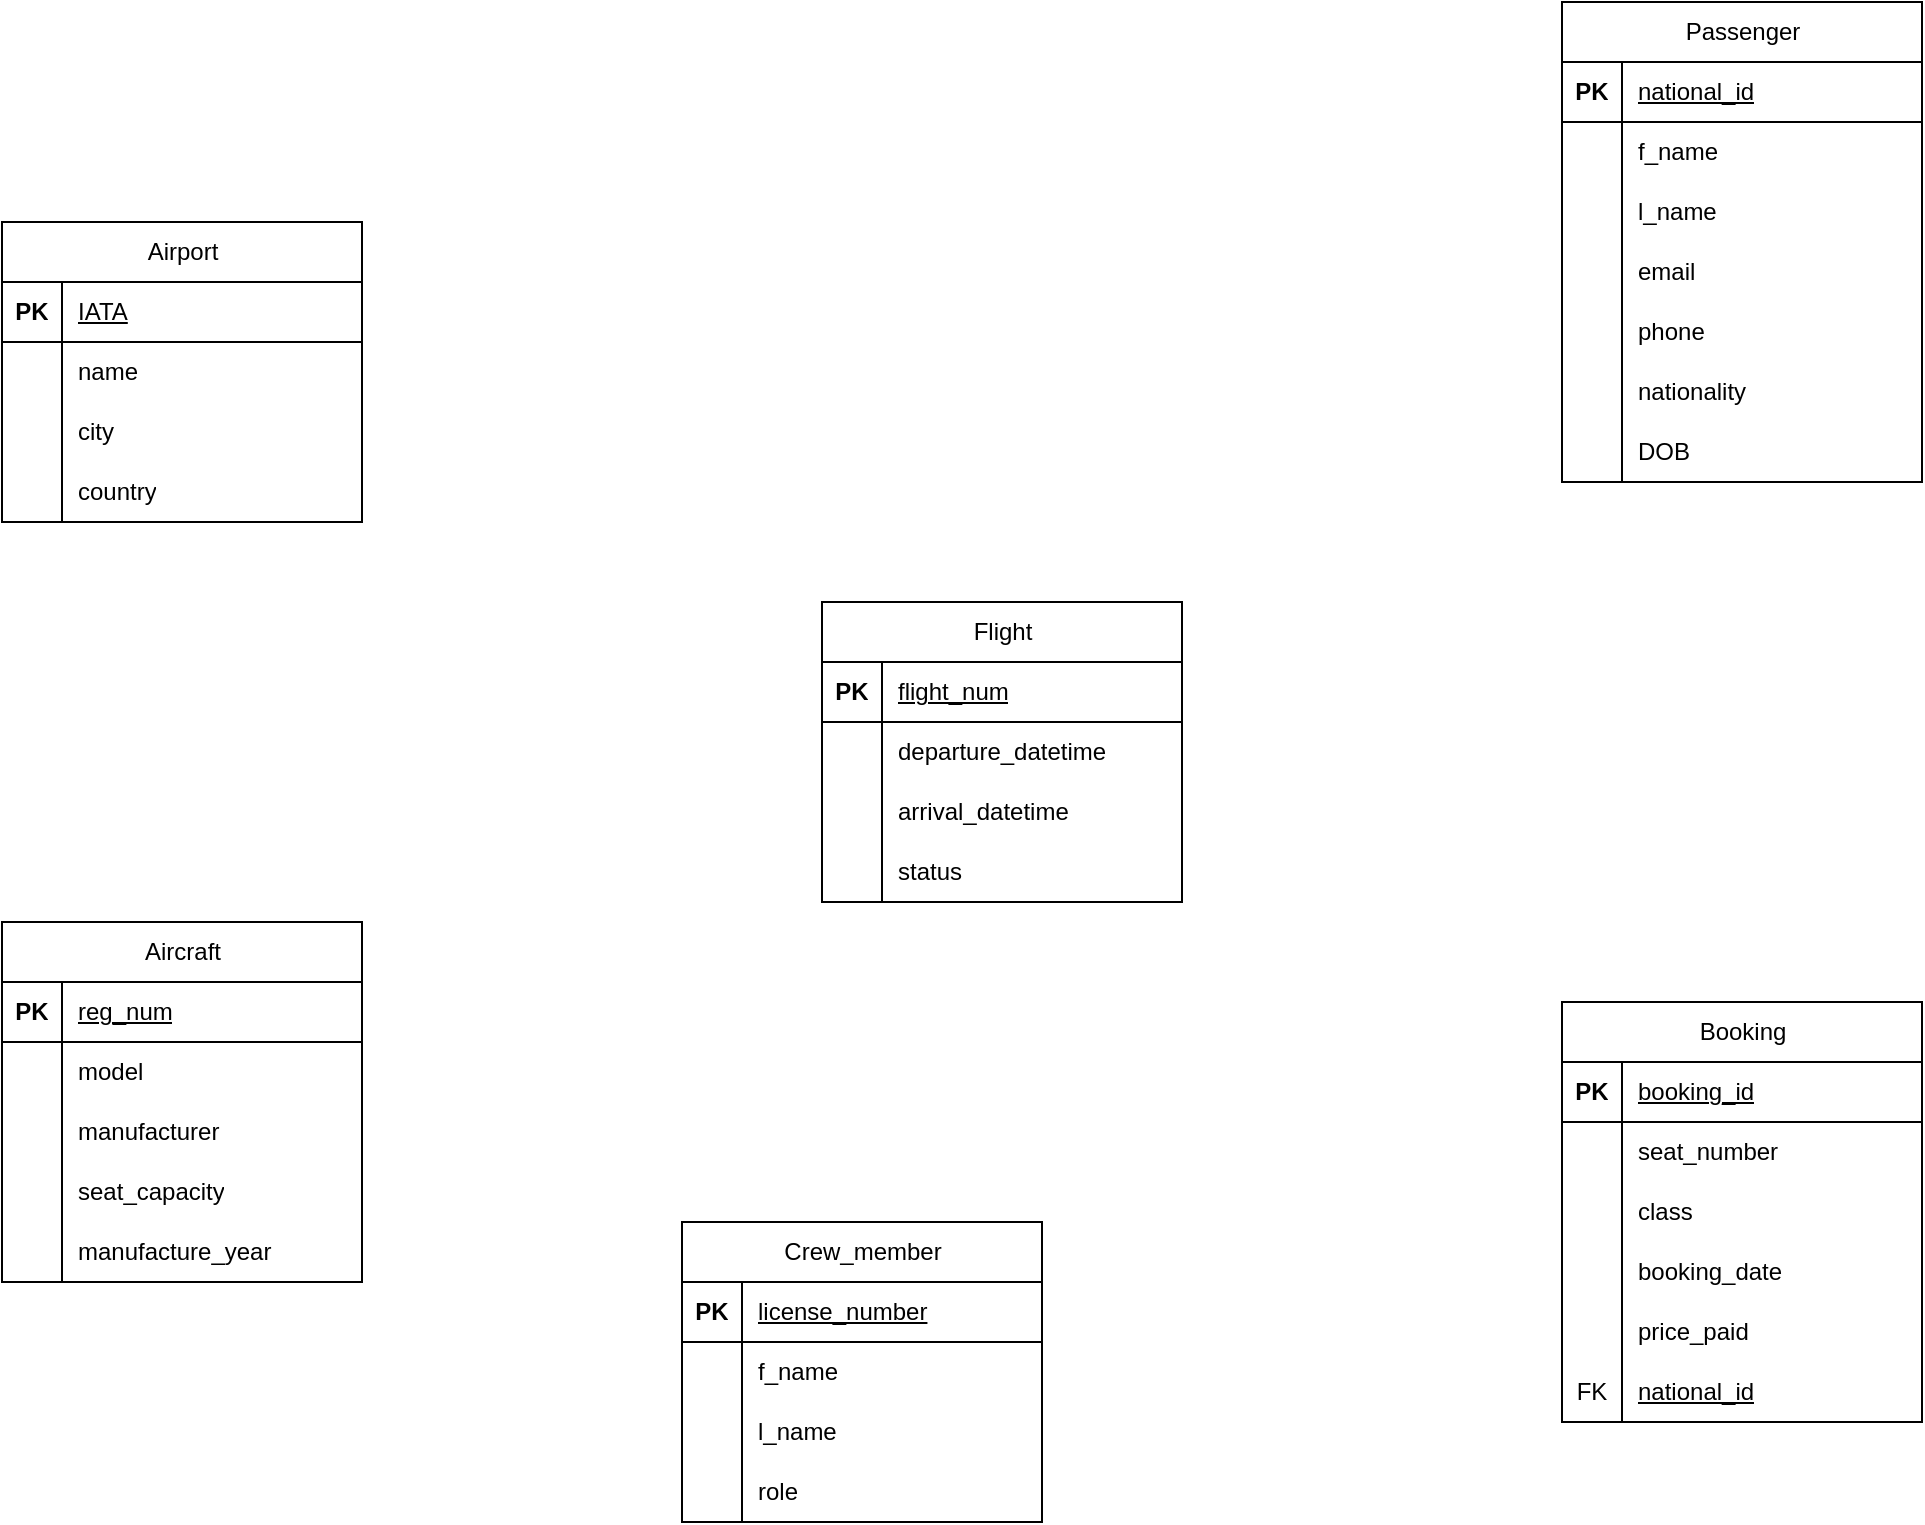
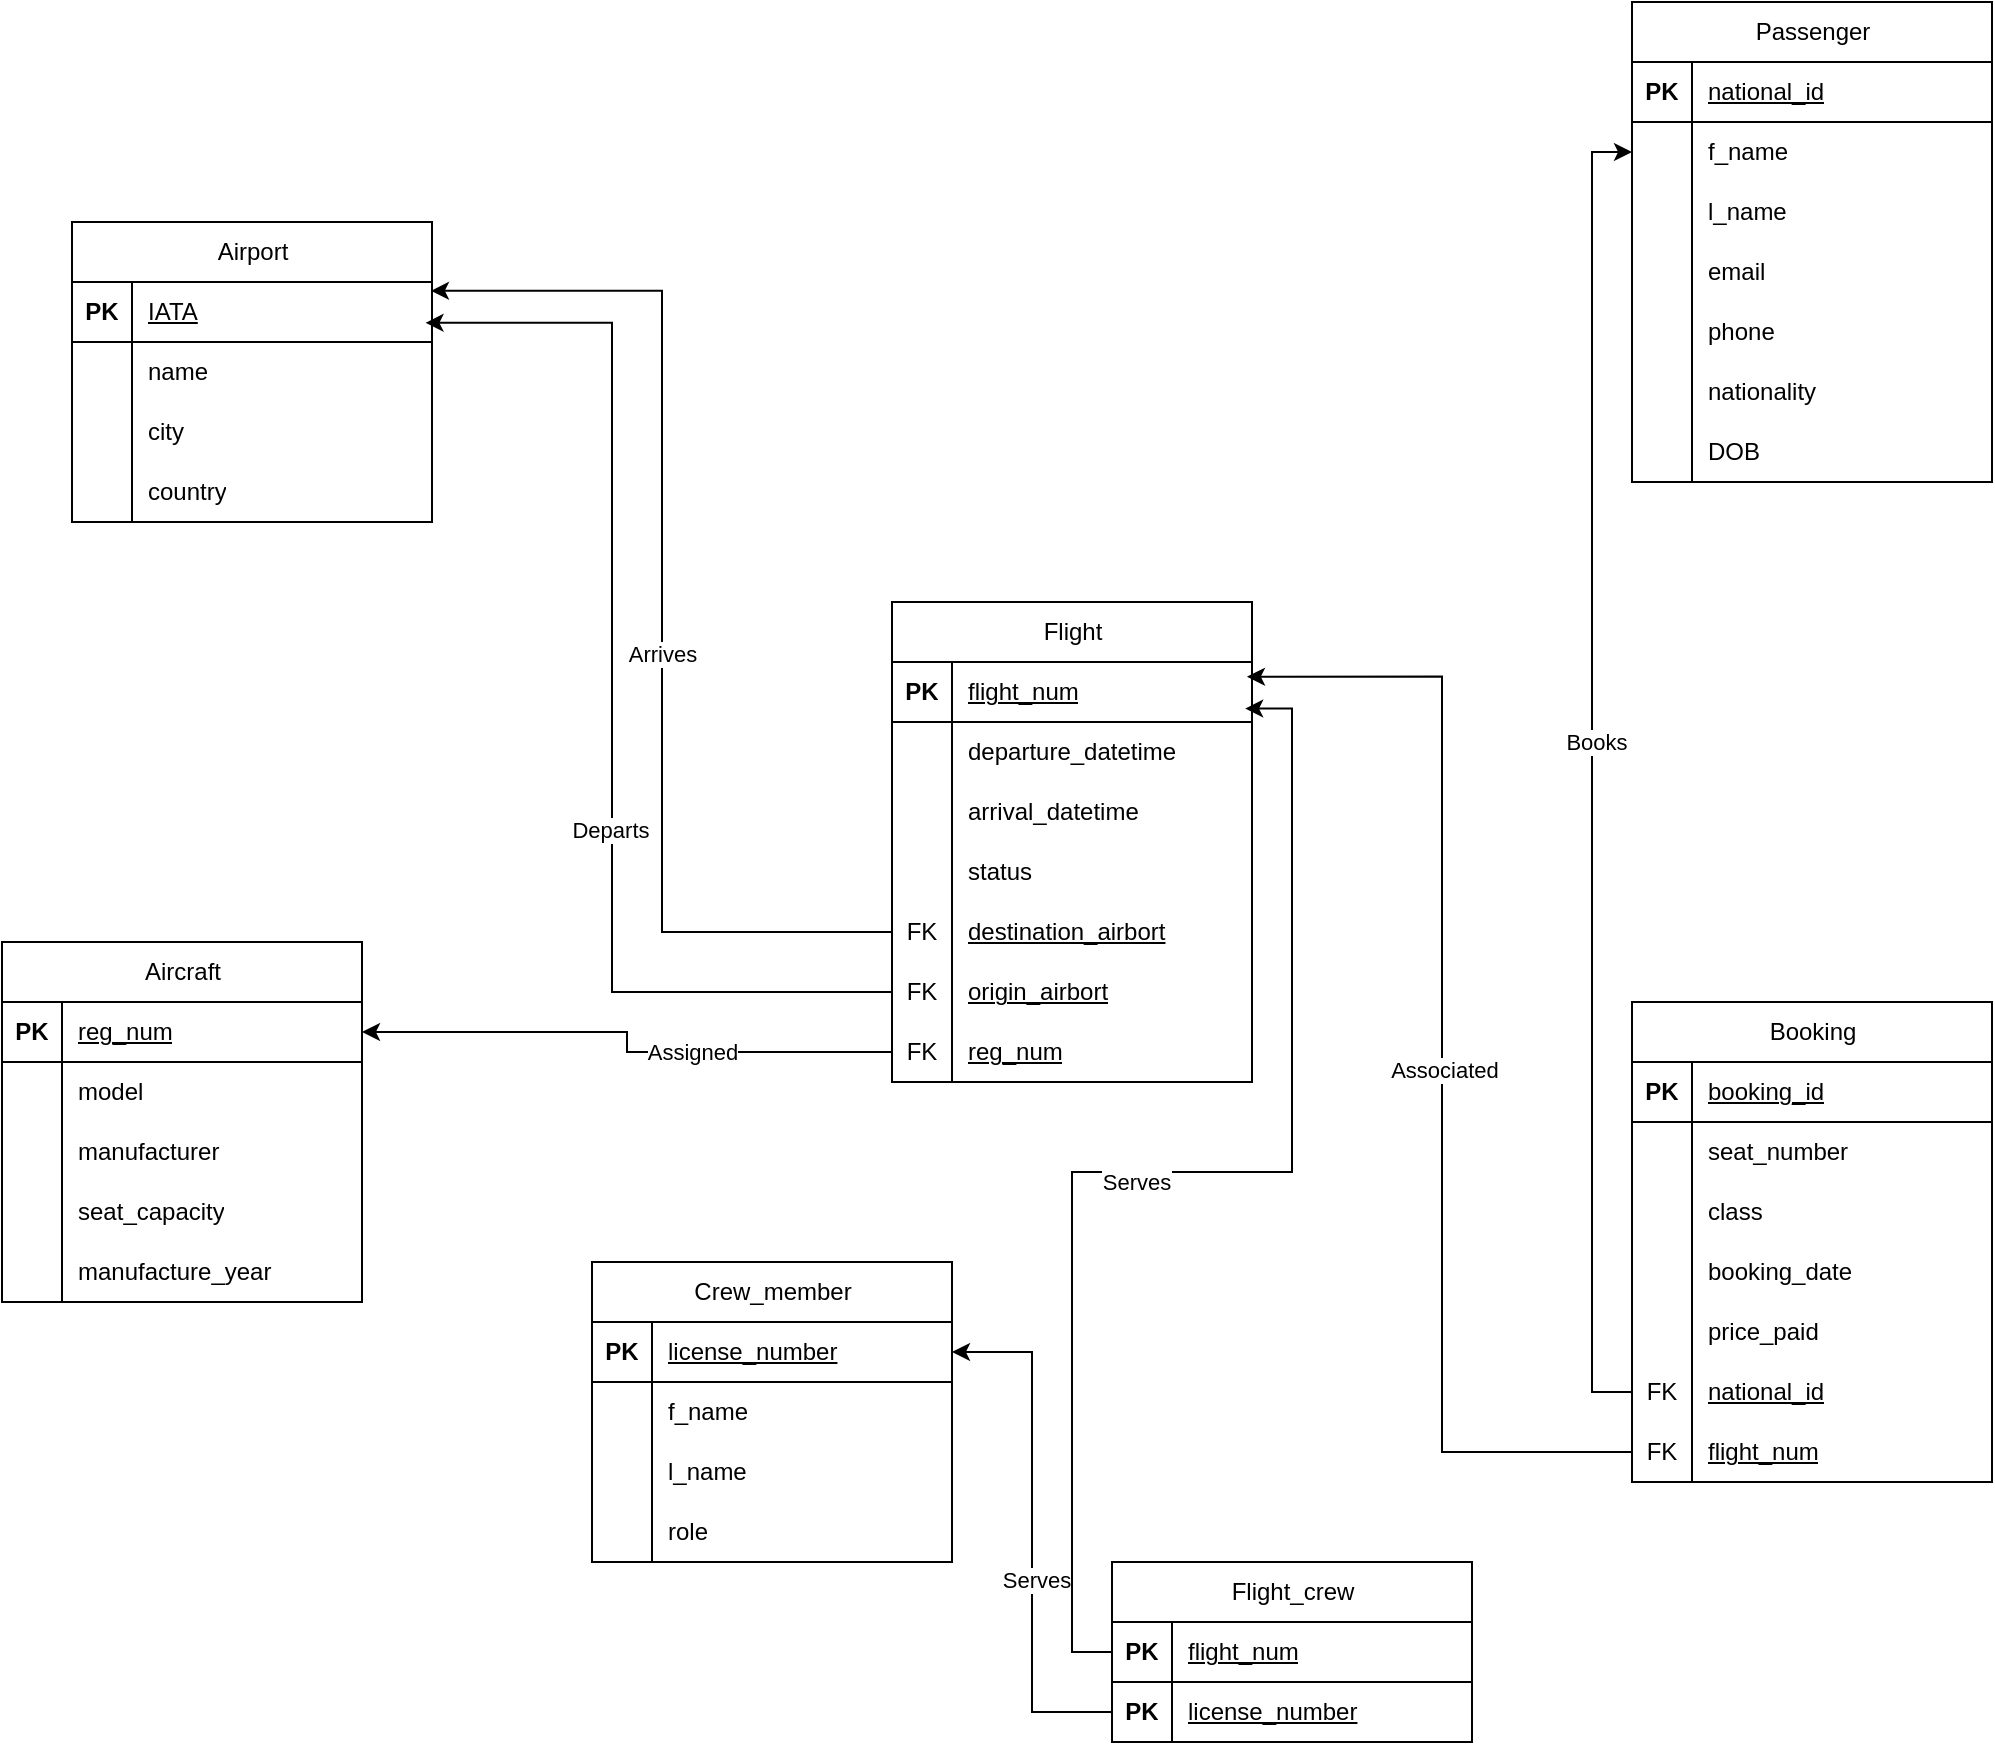
<mxfile host="app.diagrams.net">
  <diagram name="Page-1" id="GWXEs2M4FvcM5LZ52ZWN">
-     <mxGraphModel dx="2519" dy="2537" grid="1" gridSize="10" guides="1" tooltips="1" connect="1" arrows="1" fold="1" page="1" pageScale="1" pageWidth="850" pageHeight="1100" math="0" shadow="0">
+     <mxGraphModel dx="460" dy="987" grid="1" gridSize="10" guides="1" tooltips="1" connect="1" arrows="1" fold="1" page="1" pageScale="1" pageWidth="850" pageHeight="1100" math="0" shadow="0">
      <root>
        <mxCell id="0" />
        <mxCell id="1" parent="0" />
        <mxCell id="M1x_o6D55GyYNPu8m__k-242" parent="1" style="shape=table;startSize=30;container=1;collapsible=1;childLayout=tableLayout;fixedRows=1;rowLines=0;fontStyle=1;align=center;resizeLast=1;html=1;" value="&lt;span style=&quot;font-weight: 400; white-space: normal;&quot;&gt;Booking&lt;/span&gt;" vertex="1">
-           <mxGeometry height="210" width="180" x="2000" y="580" as="geometry" />
+           <mxGeometry height="240" width="180" x="2000" y="580" as="geometry" />
        </mxCell>
        <mxCell id="M1x_o6D55GyYNPu8m__k-243" parent="M1x_o6D55GyYNPu8m__k-242" style="shape=tableRow;horizontal=0;startSize=0;swimlaneHead=0;swimlaneBody=0;fillColor=none;collapsible=0;dropTarget=0;points=[[0,0.5],[1,0.5]];portConstraint=eastwest;top=0;left=0;right=0;bottom=1;" value="" vertex="1">
          <mxGeometry height="30" width="180" y="30" as="geometry" />
        </mxCell>
        <mxCell id="M1x_o6D55GyYNPu8m__k-244" parent="M1x_o6D55GyYNPu8m__k-243" style="shape=partialRectangle;connectable=0;fillColor=none;top=0;left=0;bottom=0;right=0;fontStyle=1;overflow=hidden;whiteSpace=wrap;html=1;" value="PK" vertex="1">
          <mxGeometry height="30" width="30" as="geometry">
            <mxRectangle height="30" width="30" as="alternateBounds" />
          </mxGeometry>
        </mxCell>
        <mxCell id="M1x_o6D55GyYNPu8m__k-245" parent="M1x_o6D55GyYNPu8m__k-243" style="shape=partialRectangle;connectable=0;fillColor=none;top=0;left=0;bottom=0;right=0;align=left;spacingLeft=6;fontStyle=5;overflow=hidden;whiteSpace=wrap;html=1;" value="&lt;span style=&quot;font-weight: 400; text-align: center;&quot;&gt;booking_id&lt;/span&gt;" vertex="1">
          <mxGeometry height="30" width="150" x="30" as="geometry">
            <mxRectangle height="30" width="150" as="alternateBounds" />
          </mxGeometry>
        </mxCell>
        <mxCell id="M1x_o6D55GyYNPu8m__k-246" parent="M1x_o6D55GyYNPu8m__k-242" style="shape=tableRow;horizontal=0;startSize=0;swimlaneHead=0;swimlaneBody=0;fillColor=none;collapsible=0;dropTarget=0;points=[[0,0.5],[1,0.5]];portConstraint=eastwest;top=0;left=0;right=0;bottom=0;" value="" vertex="1">
          <mxGeometry height="30" width="180" y="60" as="geometry" />
        </mxCell>
        <mxCell id="M1x_o6D55GyYNPu8m__k-247" parent="M1x_o6D55GyYNPu8m__k-246" style="shape=partialRectangle;connectable=0;fillColor=none;top=0;left=0;bottom=0;right=0;editable=1;overflow=hidden;whiteSpace=wrap;html=1;" value="" vertex="1">
          <mxGeometry height="30" width="30" as="geometry">
            <mxRectangle height="30" width="30" as="alternateBounds" />
          </mxGeometry>
        </mxCell>
        <mxCell id="M1x_o6D55GyYNPu8m__k-248" parent="M1x_o6D55GyYNPu8m__k-246" style="shape=partialRectangle;connectable=0;fillColor=none;top=0;left=0;bottom=0;right=0;align=left;spacingLeft=6;overflow=hidden;whiteSpace=wrap;html=1;" value="&lt;span style=&quot;text-align: center;&quot;&gt;seat_number&lt;/span&gt;" vertex="1">
          <mxGeometry height="30" width="150" x="30" as="geometry">
            <mxRectangle height="30" width="150" as="alternateBounds" />
          </mxGeometry>
        </mxCell>
        <mxCell id="M1x_o6D55GyYNPu8m__k-249" parent="M1x_o6D55GyYNPu8m__k-242" style="shape=tableRow;horizontal=0;startSize=0;swimlaneHead=0;swimlaneBody=0;fillColor=none;collapsible=0;dropTarget=0;points=[[0,0.5],[1,0.5]];portConstraint=eastwest;top=0;left=0;right=0;bottom=0;" value="" vertex="1">
          <mxGeometry height="30" width="180" y="90" as="geometry" />
        </mxCell>
        <mxCell id="M1x_o6D55GyYNPu8m__k-250" parent="M1x_o6D55GyYNPu8m__k-249" style="shape=partialRectangle;connectable=0;fillColor=none;top=0;left=0;bottom=0;right=0;editable=1;overflow=hidden;whiteSpace=wrap;html=1;" value="" vertex="1">
          <mxGeometry height="30" width="30" as="geometry">
            <mxRectangle height="30" width="30" as="alternateBounds" />
          </mxGeometry>
        </mxCell>
        <mxCell id="M1x_o6D55GyYNPu8m__k-251" parent="M1x_o6D55GyYNPu8m__k-249" style="shape=partialRectangle;connectable=0;fillColor=none;top=0;left=0;bottom=0;right=0;align=left;spacingLeft=6;overflow=hidden;whiteSpace=wrap;html=1;" value="&lt;span style=&quot;text-align: center;&quot;&gt;class&lt;/span&gt;" vertex="1">
          <mxGeometry height="30" width="150" x="30" as="geometry">
            <mxRectangle height="30" width="150" as="alternateBounds" />
          </mxGeometry>
        </mxCell>
        <mxCell id="M1x_o6D55GyYNPu8m__k-255" parent="M1x_o6D55GyYNPu8m__k-242" style="shape=tableRow;horizontal=0;startSize=0;swimlaneHead=0;swimlaneBody=0;fillColor=none;collapsible=0;dropTarget=0;points=[[0,0.5],[1,0.5]];portConstraint=eastwest;top=0;left=0;right=0;bottom=0;" vertex="1">
          <mxGeometry height="30" width="180" y="120" as="geometry" />
        </mxCell>
        <mxCell id="M1x_o6D55GyYNPu8m__k-256" parent="M1x_o6D55GyYNPu8m__k-255" style="shape=partialRectangle;connectable=0;fillColor=none;top=0;left=0;bottom=0;right=0;editable=1;overflow=hidden;whiteSpace=wrap;html=1;" vertex="1">
          <mxGeometry height="30" width="30" as="geometry">
            <mxRectangle height="30" width="30" as="alternateBounds" />
          </mxGeometry>
        </mxCell>
        <mxCell id="M1x_o6D55GyYNPu8m__k-257" parent="M1x_o6D55GyYNPu8m__k-255" style="shape=partialRectangle;connectable=0;fillColor=none;top=0;left=0;bottom=0;right=0;align=left;spacingLeft=6;overflow=hidden;whiteSpace=wrap;html=1;" value="&lt;span style=&quot;text-align: center;&quot;&gt;booking_date&lt;/span&gt;" vertex="1">
          <mxGeometry height="30" width="150" x="30" as="geometry">
            <mxRectangle height="30" width="150" as="alternateBounds" />
          </mxGeometry>
        </mxCell>
        <mxCell id="M1x_o6D55GyYNPu8m__k-252" parent="M1x_o6D55GyYNPu8m__k-242" style="shape=tableRow;horizontal=0;startSize=0;swimlaneHead=0;swimlaneBody=0;fillColor=none;collapsible=0;dropTarget=0;points=[[0,0.5],[1,0.5]];portConstraint=eastwest;top=0;left=0;right=0;bottom=0;" value="" vertex="1">
          <mxGeometry height="30" width="180" y="150" as="geometry" />
        </mxCell>
        <mxCell id="M1x_o6D55GyYNPu8m__k-253" parent="M1x_o6D55GyYNPu8m__k-252" style="shape=partialRectangle;connectable=0;fillColor=none;top=0;left=0;bottom=0;right=0;editable=1;overflow=hidden;whiteSpace=wrap;html=1;" value="" vertex="1">
          <mxGeometry height="30" width="30" as="geometry">
            <mxRectangle height="30" width="30" as="alternateBounds" />
          </mxGeometry>
        </mxCell>
        <mxCell id="M1x_o6D55GyYNPu8m__k-254" parent="M1x_o6D55GyYNPu8m__k-252" style="shape=partialRectangle;connectable=0;fillColor=none;top=0;left=0;bottom=0;right=0;align=left;spacingLeft=6;overflow=hidden;whiteSpace=wrap;html=1;" value="&lt;span style=&quot;text-align: center;&quot;&gt;price_paid&lt;/span&gt;" vertex="1">
          <mxGeometry height="30" width="150" x="30" as="geometry">
            <mxRectangle height="30" width="150" as="alternateBounds" />
          </mxGeometry>
        </mxCell>
        <mxCell id="M1x_o6D55GyYNPu8m__k-344" parent="M1x_o6D55GyYNPu8m__k-242" style="shape=tableRow;horizontal=0;startSize=0;swimlaneHead=0;swimlaneBody=0;fillColor=none;collapsible=0;dropTarget=0;points=[[0,0.5],[1,0.5]];portConstraint=eastwest;top=0;left=0;right=0;bottom=0;" vertex="1">
          <mxGeometry height="30" width="180" y="180" as="geometry" />
        </mxCell>
        <mxCell id="M1x_o6D55GyYNPu8m__k-345" parent="M1x_o6D55GyYNPu8m__k-344" style="shape=partialRectangle;connectable=0;fillColor=none;top=0;left=0;bottom=0;right=0;editable=1;overflow=hidden;whiteSpace=wrap;html=1;" value="FK" vertex="1">
          <mxGeometry height="30" width="30" as="geometry">
            <mxRectangle height="30" width="30" as="alternateBounds" />
          </mxGeometry>
        </mxCell>
        <mxCell id="M1x_o6D55GyYNPu8m__k-346" parent="M1x_o6D55GyYNPu8m__k-344" style="shape=partialRectangle;connectable=0;fillColor=none;top=0;left=0;bottom=0;right=0;align=left;spacingLeft=6;overflow=hidden;whiteSpace=wrap;html=1;" value="&lt;span style=&quot;text-align: center; text-decoration: underline;&quot;&gt;national_id&lt;/span&gt;" vertex="1">
          <mxGeometry height="30" width="150" x="30" as="geometry">
            <mxRectangle height="30" width="150" as="alternateBounds" />
          </mxGeometry>
        </mxCell>
+         <mxCell id="M1x_o6D55GyYNPu8m__k-349" parent="M1x_o6D55GyYNPu8m__k-242" style="shape=tableRow;horizontal=0;startSize=0;swimlaneHead=0;swimlaneBody=0;fillColor=none;collapsible=0;dropTarget=0;points=[[0,0.5],[1,0.5]];portConstraint=eastwest;top=0;left=0;right=0;bottom=0;" vertex="1">
+           <mxGeometry height="30" width="180" y="210" as="geometry" />
+         </mxCell>
+         <mxCell id="M1x_o6D55GyYNPu8m__k-350" parent="M1x_o6D55GyYNPu8m__k-349" style="shape=partialRectangle;connectable=0;fillColor=none;top=0;left=0;bottom=0;right=0;editable=1;overflow=hidden;whiteSpace=wrap;html=1;" value="FK" vertex="1">
+           <mxGeometry height="30" width="30" as="geometry">
+             <mxRectangle height="30" width="30" as="alternateBounds" />
+           </mxGeometry>
+         </mxCell>
+         <mxCell id="M1x_o6D55GyYNPu8m__k-351" parent="M1x_o6D55GyYNPu8m__k-349" style="shape=partialRectangle;connectable=0;fillColor=none;top=0;left=0;bottom=0;right=0;align=left;spacingLeft=6;overflow=hidden;whiteSpace=wrap;html=1;" value="&lt;span style=&quot;text-align: center; text-decoration: underline;&quot;&gt;flight_num&lt;/span&gt;" vertex="1">
+           <mxGeometry height="30" width="150" x="30" as="geometry">
+             <mxRectangle height="30" width="150" as="alternateBounds" />
+           </mxGeometry>
+         </mxCell>
        <mxCell id="M1x_o6D55GyYNPu8m__k-280" parent="1" style="shape=table;startSize=30;container=1;collapsible=1;childLayout=tableLayout;fixedRows=1;rowLines=0;fontStyle=1;align=center;resizeLast=1;html=1;" value="&lt;span style=&quot;font-weight: 400; white-space: normal;&quot;&gt;Flight&lt;/span&gt;" vertex="1">
-           <mxGeometry height="150" width="180" x="1630" y="380" as="geometry" />
+           <mxGeometry height="240" width="180" x="1630" y="380" as="geometry" />
        </mxCell>
        <mxCell id="M1x_o6D55GyYNPu8m__k-281" parent="M1x_o6D55GyYNPu8m__k-280" style="shape=tableRow;horizontal=0;startSize=0;swimlaneHead=0;swimlaneBody=0;fillColor=none;collapsible=0;dropTarget=0;points=[[0,0.5],[1,0.5]];portConstraint=eastwest;top=0;left=0;right=0;bottom=1;" value="" vertex="1">
          <mxGeometry height="30" width="180" y="30" as="geometry" />
        </mxCell>
        <mxCell id="M1x_o6D55GyYNPu8m__k-282" parent="M1x_o6D55GyYNPu8m__k-281" style="shape=partialRectangle;connectable=0;fillColor=none;top=0;left=0;bottom=0;right=0;fontStyle=1;overflow=hidden;whiteSpace=wrap;html=1;" value="PK" vertex="1">
          <mxGeometry height="30" width="30" as="geometry">
            <mxRectangle height="30" width="30" as="alternateBounds" />
          </mxGeometry>
        </mxCell>
        <mxCell id="M1x_o6D55GyYNPu8m__k-283" parent="M1x_o6D55GyYNPu8m__k-281" style="shape=partialRectangle;connectable=0;fillColor=none;top=0;left=0;bottom=0;right=0;align=left;spacingLeft=6;fontStyle=5;overflow=hidden;whiteSpace=wrap;html=1;" value="&lt;span style=&quot;font-weight: 400; text-align: center;&quot;&gt;flight_num&lt;/span&gt;" vertex="1">
          <mxGeometry height="30" width="150" x="30" as="geometry">
            <mxRectangle height="30" width="150" as="alternateBounds" />
          </mxGeometry>
        </mxCell>
        <mxCell id="M1x_o6D55GyYNPu8m__k-284" parent="M1x_o6D55GyYNPu8m__k-280" style="shape=tableRow;horizontal=0;startSize=0;swimlaneHead=0;swimlaneBody=0;fillColor=none;collapsible=0;dropTarget=0;points=[[0,0.5],[1,0.5]];portConstraint=eastwest;top=0;left=0;right=0;bottom=0;" value="" vertex="1">
          <mxGeometry height="30" width="180" y="60" as="geometry" />
        </mxCell>
        <mxCell id="M1x_o6D55GyYNPu8m__k-285" parent="M1x_o6D55GyYNPu8m__k-284" style="shape=partialRectangle;connectable=0;fillColor=none;top=0;left=0;bottom=0;right=0;editable=1;overflow=hidden;whiteSpace=wrap;html=1;" value="" vertex="1">
          <mxGeometry height="30" width="30" as="geometry">
            <mxRectangle height="30" width="30" as="alternateBounds" />
          </mxGeometry>
        </mxCell>
        <mxCell id="M1x_o6D55GyYNPu8m__k-286" parent="M1x_o6D55GyYNPu8m__k-284" style="shape=partialRectangle;connectable=0;fillColor=none;top=0;left=0;bottom=0;right=0;align=left;spacingLeft=6;overflow=hidden;whiteSpace=wrap;html=1;" value="&lt;span style=&quot;text-align: center;&quot;&gt;departure_datetime&lt;/span&gt;" vertex="1">
          <mxGeometry height="30" width="150" x="30" as="geometry">
            <mxRectangle height="30" width="150" as="alternateBounds" />
          </mxGeometry>
        </mxCell>
        <mxCell id="M1x_o6D55GyYNPu8m__k-287" parent="M1x_o6D55GyYNPu8m__k-280" style="shape=tableRow;horizontal=0;startSize=0;swimlaneHead=0;swimlaneBody=0;fillColor=none;collapsible=0;dropTarget=0;points=[[0,0.5],[1,0.5]];portConstraint=eastwest;top=0;left=0;right=0;bottom=0;" value="" vertex="1">
          <mxGeometry height="30" width="180" y="90" as="geometry" />
        </mxCell>
        <mxCell id="M1x_o6D55GyYNPu8m__k-288" parent="M1x_o6D55GyYNPu8m__k-287" style="shape=partialRectangle;connectable=0;fillColor=none;top=0;left=0;bottom=0;right=0;editable=1;overflow=hidden;whiteSpace=wrap;html=1;" value="" vertex="1">
          <mxGeometry height="30" width="30" as="geometry">
            <mxRectangle height="30" width="30" as="alternateBounds" />
          </mxGeometry>
        </mxCell>
        <mxCell id="M1x_o6D55GyYNPu8m__k-289" parent="M1x_o6D55GyYNPu8m__k-287" style="shape=partialRectangle;connectable=0;fillColor=none;top=0;left=0;bottom=0;right=0;align=left;spacingLeft=6;overflow=hidden;whiteSpace=wrap;html=1;" value="&lt;span style=&quot;text-align: center;&quot;&gt;arrival_datetime&lt;/span&gt;" vertex="1">
          <mxGeometry height="30" width="150" x="30" as="geometry">
            <mxRectangle height="30" width="150" as="alternateBounds" />
          </mxGeometry>
        </mxCell>
        <mxCell id="M1x_o6D55GyYNPu8m__k-290" parent="M1x_o6D55GyYNPu8m__k-280" style="shape=tableRow;horizontal=0;startSize=0;swimlaneHead=0;swimlaneBody=0;fillColor=none;collapsible=0;dropTarget=0;points=[[0,0.5],[1,0.5]];portConstraint=eastwest;top=0;left=0;right=0;bottom=0;" vertex="1">
          <mxGeometry height="30" width="180" y="120" as="geometry" />
        </mxCell>
        <mxCell id="M1x_o6D55GyYNPu8m__k-291" parent="M1x_o6D55GyYNPu8m__k-290" style="shape=partialRectangle;connectable=0;fillColor=none;top=0;left=0;bottom=0;right=0;editable=1;overflow=hidden;whiteSpace=wrap;html=1;" vertex="1">
          <mxGeometry height="30" width="30" as="geometry">
            <mxRectangle height="30" width="30" as="alternateBounds" />
          </mxGeometry>
        </mxCell>
        <mxCell id="M1x_o6D55GyYNPu8m__k-292" parent="M1x_o6D55GyYNPu8m__k-290" style="shape=partialRectangle;connectable=0;fillColor=none;top=0;left=0;bottom=0;right=0;align=left;spacingLeft=6;overflow=hidden;whiteSpace=wrap;html=1;" value="&lt;span style=&quot;text-align: center;&quot;&gt;status&lt;/span&gt;" vertex="1">
          <mxGeometry height="30" width="150" x="30" as="geometry">
            <mxRectangle height="30" width="150" as="alternateBounds" />
          </mxGeometry>
        </mxCell>
+         <mxCell id="M1x_o6D55GyYNPu8m__k-374" parent="M1x_o6D55GyYNPu8m__k-280" style="shape=tableRow;horizontal=0;startSize=0;swimlaneHead=0;swimlaneBody=0;fillColor=none;collapsible=0;dropTarget=0;points=[[0,0.5],[1,0.5]];portConstraint=eastwest;top=0;left=0;right=0;bottom=0;" vertex="1">
+           <mxGeometry height="30" width="180" y="150" as="geometry" />
+         </mxCell>
+         <mxCell id="M1x_o6D55GyYNPu8m__k-375" parent="M1x_o6D55GyYNPu8m__k-374" style="shape=partialRectangle;connectable=0;fillColor=none;top=0;left=0;bottom=0;right=0;editable=1;overflow=hidden;whiteSpace=wrap;html=1;" value="FK" vertex="1">
+           <mxGeometry height="30" width="30" as="geometry">
+             <mxRectangle height="30" width="30" as="alternateBounds" />
+           </mxGeometry>
+         </mxCell>
+         <mxCell id="M1x_o6D55GyYNPu8m__k-376" parent="M1x_o6D55GyYNPu8m__k-374" style="shape=partialRectangle;connectable=0;fillColor=none;top=0;left=0;bottom=0;right=0;align=left;spacingLeft=6;overflow=hidden;whiteSpace=wrap;html=1;" value="&lt;span style=&quot;text-align: center; text-decoration: underline;&quot;&gt;destination_airbort&lt;/span&gt;" vertex="1">
+           <mxGeometry height="30" width="150" x="30" as="geometry">
+             <mxRectangle height="30" width="150" as="alternateBounds" />
+           </mxGeometry>
+         </mxCell>
+         <mxCell id="M1x_o6D55GyYNPu8m__k-377" parent="M1x_o6D55GyYNPu8m__k-280" style="shape=tableRow;horizontal=0;startSize=0;swimlaneHead=0;swimlaneBody=0;fillColor=none;collapsible=0;dropTarget=0;points=[[0,0.5],[1,0.5]];portConstraint=eastwest;top=0;left=0;right=0;bottom=0;" vertex="1">
+           <mxGeometry height="30" width="180" y="180" as="geometry" />
+         </mxCell>
+         <mxCell id="M1x_o6D55GyYNPu8m__k-378" parent="M1x_o6D55GyYNPu8m__k-377" style="shape=partialRectangle;connectable=0;fillColor=none;top=0;left=0;bottom=0;right=0;editable=1;overflow=hidden;whiteSpace=wrap;html=1;" value="FK" vertex="1">
+           <mxGeometry height="30" width="30" as="geometry">
+             <mxRectangle height="30" width="30" as="alternateBounds" />
+           </mxGeometry>
+         </mxCell>
+         <mxCell id="M1x_o6D55GyYNPu8m__k-379" parent="M1x_o6D55GyYNPu8m__k-377" style="shape=partialRectangle;connectable=0;fillColor=none;top=0;left=0;bottom=0;right=0;align=left;spacingLeft=6;overflow=hidden;whiteSpace=wrap;html=1;" value="&lt;span style=&quot;text-align: center; text-decoration: underline;&quot;&gt;origin_airbort&lt;/span&gt;" vertex="1">
+           <mxGeometry height="30" width="150" x="30" as="geometry">
+             <mxRectangle height="30" width="150" as="alternateBounds" />
+           </mxGeometry>
+         </mxCell>
+         <mxCell id="M1x_o6D55GyYNPu8m__k-380" parent="M1x_o6D55GyYNPu8m__k-280" style="shape=tableRow;horizontal=0;startSize=0;swimlaneHead=0;swimlaneBody=0;fillColor=none;collapsible=0;dropTarget=0;points=[[0,0.5],[1,0.5]];portConstraint=eastwest;top=0;left=0;right=0;bottom=0;" vertex="1">
+           <mxGeometry height="30" width="180" y="210" as="geometry" />
+         </mxCell>
+         <mxCell id="M1x_o6D55GyYNPu8m__k-381" parent="M1x_o6D55GyYNPu8m__k-380" style="shape=partialRectangle;connectable=0;fillColor=none;top=0;left=0;bottom=0;right=0;editable=1;overflow=hidden;whiteSpace=wrap;html=1;" value="FK" vertex="1">
+           <mxGeometry height="30" width="30" as="geometry">
+             <mxRectangle height="30" width="30" as="alternateBounds" />
+           </mxGeometry>
+         </mxCell>
+         <mxCell id="M1x_o6D55GyYNPu8m__k-382" parent="M1x_o6D55GyYNPu8m__k-380" style="shape=partialRectangle;connectable=0;fillColor=none;top=0;left=0;bottom=0;right=0;align=left;spacingLeft=6;overflow=hidden;whiteSpace=wrap;html=1;" value="&lt;span style=&quot;text-align: center; text-decoration: underline;&quot;&gt;reg_num&lt;/span&gt;" vertex="1">
+           <mxGeometry height="30" width="150" x="30" as="geometry">
+             <mxRectangle height="30" width="150" as="alternateBounds" />
+           </mxGeometry>
+         </mxCell>
        <mxCell id="M1x_o6D55GyYNPu8m__k-302" parent="1" style="shape=table;startSize=30;container=1;collapsible=1;childLayout=tableLayout;fixedRows=1;rowLines=0;fontStyle=1;align=center;resizeLast=1;html=1;" value="&lt;span style=&quot;font-weight: 400; white-space: normal;&quot;&gt;Crew_m&lt;/span&gt;&lt;span style=&quot;color: light-dark(rgb(0, 0, 0), rgb(255, 255, 255)); font-weight: 400; white-space: normal; background-color: transparent;&quot;&gt;ember&lt;/span&gt;" vertex="1">
-           <mxGeometry height="150" width="180" x="1560" y="690" as="geometry" />
+           <mxGeometry height="150" width="180" x="1480" y="710" as="geometry" />
        </mxCell>
        <mxCell id="M1x_o6D55GyYNPu8m__k-303" parent="M1x_o6D55GyYNPu8m__k-302" style="shape=tableRow;horizontal=0;startSize=0;swimlaneHead=0;swimlaneBody=0;fillColor=none;collapsible=0;dropTarget=0;points=[[0,0.5],[1,0.5]];portConstraint=eastwest;top=0;left=0;right=0;bottom=1;" value="" vertex="1">
          <mxGeometry height="30" width="180" y="30" as="geometry" />
        </mxCell>
        <mxCell id="M1x_o6D55GyYNPu8m__k-304" parent="M1x_o6D55GyYNPu8m__k-303" style="shape=partialRectangle;connectable=0;fillColor=none;top=0;left=0;bottom=0;right=0;fontStyle=1;overflow=hidden;whiteSpace=wrap;html=1;" value="PK" vertex="1">
          <mxGeometry height="30" width="30" as="geometry">
            <mxRectangle height="30" width="30" as="alternateBounds" />
          </mxGeometry>
        </mxCell>
        <mxCell id="M1x_o6D55GyYNPu8m__k-305" parent="M1x_o6D55GyYNPu8m__k-303" style="shape=partialRectangle;connectable=0;fillColor=none;top=0;left=0;bottom=0;right=0;align=left;spacingLeft=6;fontStyle=5;overflow=hidden;whiteSpace=wrap;html=1;" value="&lt;span style=&quot;font-weight: 400; text-align: center;&quot;&gt;license_number&lt;/span&gt;" vertex="1">
          <mxGeometry height="30" width="150" x="30" as="geometry">
            <mxRectangle height="30" width="150" as="alternateBounds" />
          </mxGeometry>
        </mxCell>
        <mxCell id="M1x_o6D55GyYNPu8m__k-306" parent="M1x_o6D55GyYNPu8m__k-302" style="shape=tableRow;horizontal=0;startSize=0;swimlaneHead=0;swimlaneBody=0;fillColor=none;collapsible=0;dropTarget=0;points=[[0,0.5],[1,0.5]];portConstraint=eastwest;top=0;left=0;right=0;bottom=0;" value="" vertex="1">
          <mxGeometry height="30" width="180" y="60" as="geometry" />
        </mxCell>
        <mxCell id="M1x_o6D55GyYNPu8m__k-307" parent="M1x_o6D55GyYNPu8m__k-306" style="shape=partialRectangle;connectable=0;fillColor=none;top=0;left=0;bottom=0;right=0;editable=1;overflow=hidden;whiteSpace=wrap;html=1;" value="" vertex="1">
          <mxGeometry height="30" width="30" as="geometry">
            <mxRectangle height="30" width="30" as="alternateBounds" />
          </mxGeometry>
        </mxCell>
        <mxCell id="M1x_o6D55GyYNPu8m__k-308" parent="M1x_o6D55GyYNPu8m__k-306" style="shape=partialRectangle;connectable=0;fillColor=none;top=0;left=0;bottom=0;right=0;align=left;spacingLeft=6;overflow=hidden;whiteSpace=wrap;html=1;" value="&lt;span style=&quot;text-align: center;&quot;&gt;f_name&lt;/span&gt;" vertex="1">
          <mxGeometry height="30" width="150" x="30" as="geometry">
            <mxRectangle height="30" width="150" as="alternateBounds" />
          </mxGeometry>
        </mxCell>
        <mxCell id="M1x_o6D55GyYNPu8m__k-309" parent="M1x_o6D55GyYNPu8m__k-302" style="shape=tableRow;horizontal=0;startSize=0;swimlaneHead=0;swimlaneBody=0;fillColor=none;collapsible=0;dropTarget=0;points=[[0,0.5],[1,0.5]];portConstraint=eastwest;top=0;left=0;right=0;bottom=0;" value="" vertex="1">
          <mxGeometry height="30" width="180" y="90" as="geometry" />
        </mxCell>
        <mxCell id="M1x_o6D55GyYNPu8m__k-310" parent="M1x_o6D55GyYNPu8m__k-309" style="shape=partialRectangle;connectable=0;fillColor=none;top=0;left=0;bottom=0;right=0;editable=1;overflow=hidden;whiteSpace=wrap;html=1;" value="" vertex="1">
          <mxGeometry height="30" width="30" as="geometry">
            <mxRectangle height="30" width="30" as="alternateBounds" />
          </mxGeometry>
        </mxCell>
        <mxCell id="M1x_o6D55GyYNPu8m__k-311" parent="M1x_o6D55GyYNPu8m__k-309" style="shape=partialRectangle;connectable=0;fillColor=none;top=0;left=0;bottom=0;right=0;align=left;spacingLeft=6;overflow=hidden;whiteSpace=wrap;html=1;" value="&lt;span style=&quot;text-align: center;&quot;&gt;l_name&lt;/span&gt;" vertex="1">
          <mxGeometry height="30" width="150" x="30" as="geometry">
            <mxRectangle height="30" width="150" as="alternateBounds" />
          </mxGeometry>
        </mxCell>
        <mxCell id="M1x_o6D55GyYNPu8m__k-312" parent="M1x_o6D55GyYNPu8m__k-302" style="shape=tableRow;horizontal=0;startSize=0;swimlaneHead=0;swimlaneBody=0;fillColor=none;collapsible=0;dropTarget=0;points=[[0,0.5],[1,0.5]];portConstraint=eastwest;top=0;left=0;right=0;bottom=0;" vertex="1">
          <mxGeometry height="30" width="180" y="120" as="geometry" />
        </mxCell>
        <mxCell id="M1x_o6D55GyYNPu8m__k-313" parent="M1x_o6D55GyYNPu8m__k-312" style="shape=partialRectangle;connectable=0;fillColor=none;top=0;left=0;bottom=0;right=0;editable=1;overflow=hidden;whiteSpace=wrap;html=1;" vertex="1">
          <mxGeometry height="30" width="30" as="geometry">
            <mxRectangle height="30" width="30" as="alternateBounds" />
          </mxGeometry>
        </mxCell>
        <mxCell id="M1x_o6D55GyYNPu8m__k-314" parent="M1x_o6D55GyYNPu8m__k-312" style="shape=partialRectangle;connectable=0;fillColor=none;top=0;left=0;bottom=0;right=0;align=left;spacingLeft=6;overflow=hidden;whiteSpace=wrap;html=1;" value="&lt;span style=&quot;text-align: center;&quot;&gt;role&lt;/span&gt;" vertex="1">
          <mxGeometry height="30" width="150" x="30" as="geometry">
            <mxRectangle height="30" width="150" as="alternateBounds" />
          </mxGeometry>
        </mxCell>
        <mxCell id="M1x_o6D55GyYNPu8m__k-315" parent="1" style="shape=table;startSize=30;container=1;collapsible=1;childLayout=tableLayout;fixedRows=1;rowLines=0;fontStyle=1;align=center;resizeLast=1;html=1;" value="&lt;span style=&quot;font-weight: 400; white-space: normal;&quot;&gt;Airport&lt;/span&gt;" vertex="1">
          <mxGeometry height="150" width="180" x="1220" y="190" as="geometry" />
        </mxCell>
        <mxCell id="M1x_o6D55GyYNPu8m__k-316" parent="M1x_o6D55GyYNPu8m__k-315" style="shape=tableRow;horizontal=0;startSize=0;swimlaneHead=0;swimlaneBody=0;fillColor=none;collapsible=0;dropTarget=0;points=[[0,0.5],[1,0.5]];portConstraint=eastwest;top=0;left=0;right=0;bottom=1;" value="" vertex="1">
          <mxGeometry height="30" width="180" y="30" as="geometry" />
        </mxCell>
        <mxCell id="M1x_o6D55GyYNPu8m__k-317" parent="M1x_o6D55GyYNPu8m__k-316" style="shape=partialRectangle;connectable=0;fillColor=none;top=0;left=0;bottom=0;right=0;fontStyle=1;overflow=hidden;whiteSpace=wrap;html=1;" value="PK" vertex="1">
          <mxGeometry height="30" width="30" as="geometry">
            <mxRectangle height="30" width="30" as="alternateBounds" />
          </mxGeometry>
        </mxCell>
        <mxCell id="M1x_o6D55GyYNPu8m__k-318" parent="M1x_o6D55GyYNPu8m__k-316" style="shape=partialRectangle;connectable=0;fillColor=none;top=0;left=0;bottom=0;right=0;align=left;spacingLeft=6;fontStyle=5;overflow=hidden;whiteSpace=wrap;html=1;" value="&lt;span style=&quot;font-weight: 400; text-align: center;&quot;&gt;IATA&lt;/span&gt;" vertex="1">
          <mxGeometry height="30" width="150" x="30" as="geometry">
            <mxRectangle height="30" width="150" as="alternateBounds" />
          </mxGeometry>
        </mxCell>
        <mxCell id="M1x_o6D55GyYNPu8m__k-319" parent="M1x_o6D55GyYNPu8m__k-315" style="shape=tableRow;horizontal=0;startSize=0;swimlaneHead=0;swimlaneBody=0;fillColor=none;collapsible=0;dropTarget=0;points=[[0,0.5],[1,0.5]];portConstraint=eastwest;top=0;left=0;right=0;bottom=0;" value="" vertex="1">
          <mxGeometry height="30" width="180" y="60" as="geometry" />
        </mxCell>
        <mxCell id="M1x_o6D55GyYNPu8m__k-320" parent="M1x_o6D55GyYNPu8m__k-319" style="shape=partialRectangle;connectable=0;fillColor=none;top=0;left=0;bottom=0;right=0;editable=1;overflow=hidden;whiteSpace=wrap;html=1;" value="" vertex="1">
          <mxGeometry height="30" width="30" as="geometry">
            <mxRectangle height="30" width="30" as="alternateBounds" />
          </mxGeometry>
        </mxCell>
        <mxCell id="M1x_o6D55GyYNPu8m__k-321" parent="M1x_o6D55GyYNPu8m__k-319" style="shape=partialRectangle;connectable=0;fillColor=none;top=0;left=0;bottom=0;right=0;align=left;spacingLeft=6;overflow=hidden;whiteSpace=wrap;html=1;" value="&lt;span style=&quot;text-align: center;&quot;&gt;name&lt;/span&gt;" vertex="1">
          <mxGeometry height="30" width="150" x="30" as="geometry">
            <mxRectangle height="30" width="150" as="alternateBounds" />
          </mxGeometry>
        </mxCell>
        <mxCell id="M1x_o6D55GyYNPu8m__k-322" parent="M1x_o6D55GyYNPu8m__k-315" style="shape=tableRow;horizontal=0;startSize=0;swimlaneHead=0;swimlaneBody=0;fillColor=none;collapsible=0;dropTarget=0;points=[[0,0.5],[1,0.5]];portConstraint=eastwest;top=0;left=0;right=0;bottom=0;" value="" vertex="1">
          <mxGeometry height="30" width="180" y="90" as="geometry" />
        </mxCell>
        <mxCell id="M1x_o6D55GyYNPu8m__k-323" parent="M1x_o6D55GyYNPu8m__k-322" style="shape=partialRectangle;connectable=0;fillColor=none;top=0;left=0;bottom=0;right=0;editable=1;overflow=hidden;whiteSpace=wrap;html=1;" value="" vertex="1">
          <mxGeometry height="30" width="30" as="geometry">
            <mxRectangle height="30" width="30" as="alternateBounds" />
          </mxGeometry>
        </mxCell>
        <mxCell id="M1x_o6D55GyYNPu8m__k-324" parent="M1x_o6D55GyYNPu8m__k-322" style="shape=partialRectangle;connectable=0;fillColor=none;top=0;left=0;bottom=0;right=0;align=left;spacingLeft=6;overflow=hidden;whiteSpace=wrap;html=1;" value="&lt;span style=&quot;text-align: center;&quot;&gt;city&lt;/span&gt;" vertex="1">
          <mxGeometry height="30" width="150" x="30" as="geometry">
            <mxRectangle height="30" width="150" as="alternateBounds" />
          </mxGeometry>
        </mxCell>
        <mxCell id="M1x_o6D55GyYNPu8m__k-325" parent="M1x_o6D55GyYNPu8m__k-315" style="shape=tableRow;horizontal=0;startSize=0;swimlaneHead=0;swimlaneBody=0;fillColor=none;collapsible=0;dropTarget=0;points=[[0,0.5],[1,0.5]];portConstraint=eastwest;top=0;left=0;right=0;bottom=0;" value="" vertex="1">
          <mxGeometry height="30" width="180" y="120" as="geometry" />
        </mxCell>
        <mxCell id="M1x_o6D55GyYNPu8m__k-326" parent="M1x_o6D55GyYNPu8m__k-325" style="shape=partialRectangle;connectable=0;fillColor=none;top=0;left=0;bottom=0;right=0;editable=1;overflow=hidden;whiteSpace=wrap;html=1;" value="" vertex="1">
          <mxGeometry height="30" width="30" as="geometry">
            <mxRectangle height="30" width="30" as="alternateBounds" />
          </mxGeometry>
        </mxCell>
        <mxCell id="M1x_o6D55GyYNPu8m__k-327" parent="M1x_o6D55GyYNPu8m__k-325" style="shape=partialRectangle;connectable=0;fillColor=none;top=0;left=0;bottom=0;right=0;align=left;spacingLeft=6;overflow=hidden;whiteSpace=wrap;html=1;" value="&lt;span style=&quot;text-align: center;&quot;&gt;country&lt;/span&gt;" vertex="1">
          <mxGeometry height="30" width="150" x="30" as="geometry">
            <mxRectangle height="30" width="150" as="alternateBounds" />
          </mxGeometry>
        </mxCell>
        <mxCell id="M1x_o6D55GyYNPu8m__k-328" parent="1" style="shape=table;startSize=30;container=1;collapsible=1;childLayout=tableLayout;fixedRows=1;rowLines=0;fontStyle=1;align=center;resizeLast=1;html=1;" value="&lt;span style=&quot;font-weight: 400; white-space: normal;&quot;&gt;Aircraft&lt;/span&gt;" vertex="1">
-           <mxGeometry height="180" width="180" x="1220" y="540" as="geometry" />
+           <mxGeometry height="180" width="180" x="1185" y="550" as="geometry" />
        </mxCell>
        <mxCell id="M1x_o6D55GyYNPu8m__k-329" parent="M1x_o6D55GyYNPu8m__k-328" style="shape=tableRow;horizontal=0;startSize=0;swimlaneHead=0;swimlaneBody=0;fillColor=none;collapsible=0;dropTarget=0;points=[[0,0.5],[1,0.5]];portConstraint=eastwest;top=0;left=0;right=0;bottom=1;" value="" vertex="1">
          <mxGeometry height="30" width="180" y="30" as="geometry" />
        </mxCell>
        <mxCell id="M1x_o6D55GyYNPu8m__k-330" parent="M1x_o6D55GyYNPu8m__k-329" style="shape=partialRectangle;connectable=0;fillColor=none;top=0;left=0;bottom=0;right=0;fontStyle=1;overflow=hidden;whiteSpace=wrap;html=1;" value="PK" vertex="1">
          <mxGeometry height="30" width="30" as="geometry">
            <mxRectangle height="30" width="30" as="alternateBounds" />
          </mxGeometry>
        </mxCell>
        <mxCell id="M1x_o6D55GyYNPu8m__k-331" parent="M1x_o6D55GyYNPu8m__k-329" style="shape=partialRectangle;connectable=0;fillColor=none;top=0;left=0;bottom=0;right=0;align=left;spacingLeft=6;fontStyle=5;overflow=hidden;whiteSpace=wrap;html=1;" value="&lt;span style=&quot;font-weight: 400; text-align: center;&quot;&gt;reg_num&lt;/span&gt;" vertex="1">
          <mxGeometry height="30" width="150" x="30" as="geometry">
            <mxRectangle height="30" width="150" as="alternateBounds" />
          </mxGeometry>
        </mxCell>
        <mxCell id="M1x_o6D55GyYNPu8m__k-332" parent="M1x_o6D55GyYNPu8m__k-328" style="shape=tableRow;horizontal=0;startSize=0;swimlaneHead=0;swimlaneBody=0;fillColor=none;collapsible=0;dropTarget=0;points=[[0,0.5],[1,0.5]];portConstraint=eastwest;top=0;left=0;right=0;bottom=0;" value="" vertex="1">
          <mxGeometry height="30" width="180" y="60" as="geometry" />
        </mxCell>
        <mxCell id="M1x_o6D55GyYNPu8m__k-333" parent="M1x_o6D55GyYNPu8m__k-332" style="shape=partialRectangle;connectable=0;fillColor=none;top=0;left=0;bottom=0;right=0;editable=1;overflow=hidden;whiteSpace=wrap;html=1;" value="" vertex="1">
          <mxGeometry height="30" width="30" as="geometry">
            <mxRectangle height="30" width="30" as="alternateBounds" />
          </mxGeometry>
        </mxCell>
        <mxCell id="M1x_o6D55GyYNPu8m__k-334" parent="M1x_o6D55GyYNPu8m__k-332" style="shape=partialRectangle;connectable=0;fillColor=none;top=0;left=0;bottom=0;right=0;align=left;spacingLeft=6;overflow=hidden;whiteSpace=wrap;html=1;" value="&lt;span style=&quot;text-align: center;&quot;&gt;model&lt;/span&gt;" vertex="1">
          <mxGeometry height="30" width="150" x="30" as="geometry">
            <mxRectangle height="30" width="150" as="alternateBounds" />
          </mxGeometry>
        </mxCell>
        <mxCell id="M1x_o6D55GyYNPu8m__k-335" parent="M1x_o6D55GyYNPu8m__k-328" style="shape=tableRow;horizontal=0;startSize=0;swimlaneHead=0;swimlaneBody=0;fillColor=none;collapsible=0;dropTarget=0;points=[[0,0.5],[1,0.5]];portConstraint=eastwest;top=0;left=0;right=0;bottom=0;" value="" vertex="1">
          <mxGeometry height="30" width="180" y="90" as="geometry" />
        </mxCell>
        <mxCell id="M1x_o6D55GyYNPu8m__k-336" parent="M1x_o6D55GyYNPu8m__k-335" style="shape=partialRectangle;connectable=0;fillColor=none;top=0;left=0;bottom=0;right=0;editable=1;overflow=hidden;whiteSpace=wrap;html=1;" value="" vertex="1">
          <mxGeometry height="30" width="30" as="geometry">
            <mxRectangle height="30" width="30" as="alternateBounds" />
          </mxGeometry>
        </mxCell>
        <mxCell id="M1x_o6D55GyYNPu8m__k-337" parent="M1x_o6D55GyYNPu8m__k-335" style="shape=partialRectangle;connectable=0;fillColor=none;top=0;left=0;bottom=0;right=0;align=left;spacingLeft=6;overflow=hidden;whiteSpace=wrap;html=1;" value="&lt;span style=&quot;text-align: center;&quot;&gt;manufacturer&lt;/span&gt;" vertex="1">
          <mxGeometry height="30" width="150" x="30" as="geometry">
            <mxRectangle height="30" width="150" as="alternateBounds" />
          </mxGeometry>
        </mxCell>
        <mxCell id="M1x_o6D55GyYNPu8m__k-338" parent="M1x_o6D55GyYNPu8m__k-328" style="shape=tableRow;horizontal=0;startSize=0;swimlaneHead=0;swimlaneBody=0;fillColor=none;collapsible=0;dropTarget=0;points=[[0,0.5],[1,0.5]];portConstraint=eastwest;top=0;left=0;right=0;bottom=0;" value="" vertex="1">
          <mxGeometry height="30" width="180" y="120" as="geometry" />
        </mxCell>
        <mxCell id="M1x_o6D55GyYNPu8m__k-339" parent="M1x_o6D55GyYNPu8m__k-338" style="shape=partialRectangle;connectable=0;fillColor=none;top=0;left=0;bottom=0;right=0;editable=1;overflow=hidden;whiteSpace=wrap;html=1;" value="" vertex="1">
          <mxGeometry height="30" width="30" as="geometry">
            <mxRectangle height="30" width="30" as="alternateBounds" />
          </mxGeometry>
        </mxCell>
        <mxCell id="M1x_o6D55GyYNPu8m__k-340" parent="M1x_o6D55GyYNPu8m__k-338" style="shape=partialRectangle;connectable=0;fillColor=none;top=0;left=0;bottom=0;right=0;align=left;spacingLeft=6;overflow=hidden;whiteSpace=wrap;html=1;" value="&lt;span style=&quot;text-align: center;&quot;&gt;seat&lt;/span&gt;&lt;span style=&quot;color: light-dark(rgb(0, 0, 0), rgb(255, 255, 255)); text-align: center; background-color: transparent;&quot;&gt;_capacity&lt;/span&gt;" vertex="1">
          <mxGeometry height="30" width="150" x="30" as="geometry">
            <mxRectangle height="30" width="150" as="alternateBounds" />
          </mxGeometry>
        </mxCell>
        <mxCell id="M1x_o6D55GyYNPu8m__k-341" parent="M1x_o6D55GyYNPu8m__k-328" style="shape=tableRow;horizontal=0;startSize=0;swimlaneHead=0;swimlaneBody=0;fillColor=none;collapsible=0;dropTarget=0;points=[[0,0.5],[1,0.5]];portConstraint=eastwest;top=0;left=0;right=0;bottom=0;" vertex="1">
          <mxGeometry height="30" width="180" y="150" as="geometry" />
        </mxCell>
        <mxCell id="M1x_o6D55GyYNPu8m__k-342" parent="M1x_o6D55GyYNPu8m__k-341" style="shape=partialRectangle;connectable=0;fillColor=none;top=0;left=0;bottom=0;right=0;editable=1;overflow=hidden;whiteSpace=wrap;html=1;" vertex="1">
          <mxGeometry height="30" width="30" as="geometry">
            <mxRectangle height="30" width="30" as="alternateBounds" />
          </mxGeometry>
        </mxCell>
        <mxCell id="M1x_o6D55GyYNPu8m__k-343" parent="M1x_o6D55GyYNPu8m__k-341" style="shape=partialRectangle;connectable=0;fillColor=none;top=0;left=0;bottom=0;right=0;align=left;spacingLeft=6;overflow=hidden;whiteSpace=wrap;html=1;" value="&lt;span style=&quot;text-align: center;&quot;&gt;manufacture_year&lt;/span&gt;" vertex="1">
          <mxGeometry height="30" width="150" x="30" as="geometry">
            <mxRectangle height="30" width="150" as="alternateBounds" />
          </mxGeometry>
        </mxCell>
        <mxCell id="M1x_o6D55GyYNPu8m__k-258" parent="1" style="shape=table;startSize=30;container=1;collapsible=1;childLayout=tableLayout;fixedRows=1;rowLines=0;fontStyle=1;align=center;resizeLast=1;html=1;" value="&lt;span style=&quot;font-weight: 400; white-space: normal;&quot;&gt;Passenger&lt;/span&gt;" vertex="1">
          <mxGeometry height="240" width="180" x="2000" y="80" as="geometry" />
        </mxCell>
        <mxCell id="M1x_o6D55GyYNPu8m__k-259" parent="M1x_o6D55GyYNPu8m__k-258" style="shape=tableRow;horizontal=0;startSize=0;swimlaneHead=0;swimlaneBody=0;fillColor=none;collapsible=0;dropTarget=0;points=[[0,0.5],[1,0.5]];portConstraint=eastwest;top=0;left=0;right=0;bottom=1;" value="" vertex="1">
          <mxGeometry height="30" width="180" y="30" as="geometry" />
        </mxCell>
        <mxCell id="M1x_o6D55GyYNPu8m__k-260" parent="M1x_o6D55GyYNPu8m__k-259" style="shape=partialRectangle;connectable=0;fillColor=none;top=0;left=0;bottom=0;right=0;fontStyle=1;overflow=hidden;whiteSpace=wrap;html=1;" value="PK" vertex="1">
          <mxGeometry height="30" width="30" as="geometry">
            <mxRectangle height="30" width="30" as="alternateBounds" />
          </mxGeometry>
        </mxCell>
        <mxCell id="M1x_o6D55GyYNPu8m__k-261" parent="M1x_o6D55GyYNPu8m__k-259" style="shape=partialRectangle;connectable=0;fillColor=none;top=0;left=0;bottom=0;right=0;align=left;spacingLeft=6;fontStyle=5;overflow=hidden;whiteSpace=wrap;html=1;" value="&lt;span style=&quot;font-weight: 400; text-align: center;&quot;&gt;national_id&lt;/span&gt;" vertex="1">
          <mxGeometry height="30" width="150" x="30" as="geometry">
            <mxRectangle height="30" width="150" as="alternateBounds" />
          </mxGeometry>
        </mxCell>
        <mxCell id="M1x_o6D55GyYNPu8m__k-262" parent="M1x_o6D55GyYNPu8m__k-258" style="shape=tableRow;horizontal=0;startSize=0;swimlaneHead=0;swimlaneBody=0;fillColor=none;collapsible=0;dropTarget=0;points=[[0,0.5],[1,0.5]];portConstraint=eastwest;top=0;left=0;right=0;bottom=0;" value="" vertex="1">
          <mxGeometry height="30" width="180" y="60" as="geometry" />
        </mxCell>
        <mxCell id="M1x_o6D55GyYNPu8m__k-263" parent="M1x_o6D55GyYNPu8m__k-262" style="shape=partialRectangle;connectable=0;fillColor=none;top=0;left=0;bottom=0;right=0;editable=1;overflow=hidden;whiteSpace=wrap;html=1;" value="" vertex="1">
          <mxGeometry height="30" width="30" as="geometry">
            <mxRectangle height="30" width="30" as="alternateBounds" />
          </mxGeometry>
        </mxCell>
        <mxCell id="M1x_o6D55GyYNPu8m__k-264" parent="M1x_o6D55GyYNPu8m__k-262" style="shape=partialRectangle;connectable=0;fillColor=none;top=0;left=0;bottom=0;right=0;align=left;spacingLeft=6;overflow=hidden;whiteSpace=wrap;html=1;" value="&lt;span style=&quot;text-align: center;&quot;&gt;f_name&lt;/span&gt;" vertex="1">
          <mxGeometry height="30" width="150" x="30" as="geometry">
            <mxRectangle height="30" width="150" as="alternateBounds" />
          </mxGeometry>
        </mxCell>
        <mxCell id="M1x_o6D55GyYNPu8m__k-265" parent="M1x_o6D55GyYNPu8m__k-258" style="shape=tableRow;horizontal=0;startSize=0;swimlaneHead=0;swimlaneBody=0;fillColor=none;collapsible=0;dropTarget=0;points=[[0,0.5],[1,0.5]];portConstraint=eastwest;top=0;left=0;right=0;bottom=0;" value="" vertex="1">
          <mxGeometry height="30" width="180" y="90" as="geometry" />
        </mxCell>
        <mxCell id="M1x_o6D55GyYNPu8m__k-266" parent="M1x_o6D55GyYNPu8m__k-265" style="shape=partialRectangle;connectable=0;fillColor=none;top=0;left=0;bottom=0;right=0;editable=1;overflow=hidden;whiteSpace=wrap;html=1;" value="" vertex="1">
          <mxGeometry height="30" width="30" as="geometry">
            <mxRectangle height="30" width="30" as="alternateBounds" />
          </mxGeometry>
        </mxCell>
        <mxCell id="M1x_o6D55GyYNPu8m__k-267" parent="M1x_o6D55GyYNPu8m__k-265" style="shape=partialRectangle;connectable=0;fillColor=none;top=0;left=0;bottom=0;right=0;align=left;spacingLeft=6;overflow=hidden;whiteSpace=wrap;html=1;" value="&lt;span style=&quot;text-align: center;&quot;&gt;l_name&lt;/span&gt;" vertex="1">
          <mxGeometry height="30" width="150" x="30" as="geometry">
            <mxRectangle height="30" width="150" as="alternateBounds" />
          </mxGeometry>
        </mxCell>
        <mxCell id="M1x_o6D55GyYNPu8m__k-268" parent="M1x_o6D55GyYNPu8m__k-258" style="shape=tableRow;horizontal=0;startSize=0;swimlaneHead=0;swimlaneBody=0;fillColor=none;collapsible=0;dropTarget=0;points=[[0,0.5],[1,0.5]];portConstraint=eastwest;top=0;left=0;right=0;bottom=0;" vertex="1">
          <mxGeometry height="30" width="180" y="120" as="geometry" />
        </mxCell>
        <mxCell id="M1x_o6D55GyYNPu8m__k-269" parent="M1x_o6D55GyYNPu8m__k-268" style="shape=partialRectangle;connectable=0;fillColor=none;top=0;left=0;bottom=0;right=0;editable=1;overflow=hidden;whiteSpace=wrap;html=1;" vertex="1">
          <mxGeometry height="30" width="30" as="geometry">
            <mxRectangle height="30" width="30" as="alternateBounds" />
          </mxGeometry>
        </mxCell>
        <mxCell id="M1x_o6D55GyYNPu8m__k-270" parent="M1x_o6D55GyYNPu8m__k-268" style="shape=partialRectangle;connectable=0;fillColor=none;top=0;left=0;bottom=0;right=0;align=left;spacingLeft=6;overflow=hidden;whiteSpace=wrap;html=1;" value="&lt;span style=&quot;text-align: center;&quot;&gt;email&lt;/span&gt;" vertex="1">
          <mxGeometry height="30" width="150" x="30" as="geometry">
            <mxRectangle height="30" width="150" as="alternateBounds" />
          </mxGeometry>
        </mxCell>
        <mxCell id="M1x_o6D55GyYNPu8m__k-271" parent="M1x_o6D55GyYNPu8m__k-258" style="shape=tableRow;horizontal=0;startSize=0;swimlaneHead=0;swimlaneBody=0;fillColor=none;collapsible=0;dropTarget=0;points=[[0,0.5],[1,0.5]];portConstraint=eastwest;top=0;left=0;right=0;bottom=0;" value="" vertex="1">
          <mxGeometry height="30" width="180" y="150" as="geometry" />
        </mxCell>
        <mxCell id="M1x_o6D55GyYNPu8m__k-272" parent="M1x_o6D55GyYNPu8m__k-271" style="shape=partialRectangle;connectable=0;fillColor=none;top=0;left=0;bottom=0;right=0;editable=1;overflow=hidden;whiteSpace=wrap;html=1;" value="" vertex="1">
          <mxGeometry height="30" width="30" as="geometry">
            <mxRectangle height="30" width="30" as="alternateBounds" />
          </mxGeometry>
        </mxCell>
        <mxCell id="M1x_o6D55GyYNPu8m__k-273" parent="M1x_o6D55GyYNPu8m__k-271" style="shape=partialRectangle;connectable=0;fillColor=none;top=0;left=0;bottom=0;right=0;align=left;spacingLeft=6;overflow=hidden;whiteSpace=wrap;html=1;" value="&lt;span style=&quot;text-align: center;&quot;&gt;phone&lt;/span&gt;" vertex="1">
          <mxGeometry height="30" width="150" x="30" as="geometry">
            <mxRectangle height="30" width="150" as="alternateBounds" />
          </mxGeometry>
        </mxCell>
        <mxCell id="M1x_o6D55GyYNPu8m__k-274" parent="M1x_o6D55GyYNPu8m__k-258" style="shape=tableRow;horizontal=0;startSize=0;swimlaneHead=0;swimlaneBody=0;fillColor=none;collapsible=0;dropTarget=0;points=[[0,0.5],[1,0.5]];portConstraint=eastwest;top=0;left=0;right=0;bottom=0;" vertex="1">
          <mxGeometry height="30" width="180" y="180" as="geometry" />
        </mxCell>
        <mxCell id="M1x_o6D55GyYNPu8m__k-275" parent="M1x_o6D55GyYNPu8m__k-274" style="shape=partialRectangle;connectable=0;fillColor=none;top=0;left=0;bottom=0;right=0;editable=1;overflow=hidden;whiteSpace=wrap;html=1;" vertex="1">
          <mxGeometry height="30" width="30" as="geometry">
            <mxRectangle height="30" width="30" as="alternateBounds" />
          </mxGeometry>
        </mxCell>
        <mxCell id="M1x_o6D55GyYNPu8m__k-276" parent="M1x_o6D55GyYNPu8m__k-274" style="shape=partialRectangle;connectable=0;fillColor=none;top=0;left=0;bottom=0;right=0;align=left;spacingLeft=6;overflow=hidden;whiteSpace=wrap;html=1;" value="&lt;span style=&quot;text-align: center;&quot;&gt;nationality&lt;/span&gt;" vertex="1">
          <mxGeometry height="30" width="150" x="30" as="geometry">
            <mxRectangle height="30" width="150" as="alternateBounds" />
          </mxGeometry>
        </mxCell>
        <mxCell id="M1x_o6D55GyYNPu8m__k-277" parent="M1x_o6D55GyYNPu8m__k-258" style="shape=tableRow;horizontal=0;startSize=0;swimlaneHead=0;swimlaneBody=0;fillColor=none;collapsible=0;dropTarget=0;points=[[0,0.5],[1,0.5]];portConstraint=eastwest;top=0;left=0;right=0;bottom=0;" vertex="1">
          <mxGeometry height="30" width="180" y="210" as="geometry" />
        </mxCell>
        <mxCell id="M1x_o6D55GyYNPu8m__k-278" parent="M1x_o6D55GyYNPu8m__k-277" style="shape=partialRectangle;connectable=0;fillColor=none;top=0;left=0;bottom=0;right=0;editable=1;overflow=hidden;whiteSpace=wrap;html=1;" vertex="1">
          <mxGeometry height="30" width="30" as="geometry">
            <mxRectangle height="30" width="30" as="alternateBounds" />
          </mxGeometry>
        </mxCell>
        <mxCell id="M1x_o6D55GyYNPu8m__k-279" parent="M1x_o6D55GyYNPu8m__k-277" style="shape=partialRectangle;connectable=0;fillColor=none;top=0;left=0;bottom=0;right=0;align=left;spacingLeft=6;overflow=hidden;whiteSpace=wrap;html=1;" value="&lt;span style=&quot;text-align: center;&quot;&gt;DOB&lt;/span&gt;" vertex="1">
          <mxGeometry height="30" width="150" x="30" as="geometry">
            <mxRectangle height="30" width="150" as="alternateBounds" />
+           </mxGeometry>
+         </mxCell>
+         <mxCell id="M1x_o6D55GyYNPu8m__k-347" edge="1" parent="1" source="M1x_o6D55GyYNPu8m__k-344" style="edgeStyle=orthogonalEdgeStyle;rounded=0;orthogonalLoop=1;jettySize=auto;html=1;exitX=0;exitY=0.5;exitDx=0;exitDy=0;entryX=0;entryY=0.5;entryDx=0;entryDy=0;" target="M1x_o6D55GyYNPu8m__k-262">
+           <mxGeometry relative="1" as="geometry" />
+         </mxCell>
+         <mxCell id="M1x_o6D55GyYNPu8m__k-348" connectable="0" parent="M1x_o6D55GyYNPu8m__k-347" style="edgeLabel;html=1;align=center;verticalAlign=middle;resizable=0;points=[];" value="Books" vertex="1">
+           <mxGeometry relative="1" x="0.0454" y="-2" as="geometry">
+             <mxPoint as="offset" />
+           </mxGeometry>
+         </mxCell>
+         <mxCell id="M1x_o6D55GyYNPu8m__k-352" edge="1" parent="1" source="M1x_o6D55GyYNPu8m__k-349" style="edgeStyle=orthogonalEdgeStyle;rounded=0;orthogonalLoop=1;jettySize=auto;html=1;exitX=0;exitY=0.5;exitDx=0;exitDy=0;entryX=0.986;entryY=0.244;entryDx=0;entryDy=0;entryPerimeter=0;" target="M1x_o6D55GyYNPu8m__k-281">
+           <mxGeometry relative="1" as="geometry" />
+         </mxCell>
+         <mxCell id="M1x_o6D55GyYNPu8m__k-386" connectable="0" parent="M1x_o6D55GyYNPu8m__k-352" style="edgeLabel;html=1;align=center;verticalAlign=middle;resizable=0;points=[];" value="Associated" vertex="1">
+           <mxGeometry relative="1" x="-0.0141" y="-1" as="geometry">
+             <mxPoint as="offset" />
+           </mxGeometry>
+         </mxCell>
+         <mxCell id="M1x_o6D55GyYNPu8m__k-353" parent="1" style="shape=table;startSize=30;container=1;collapsible=1;childLayout=tableLayout;fixedRows=1;rowLines=0;fontStyle=1;align=center;resizeLast=1;html=1;" value="&lt;span style=&quot;font-weight: 400; text-wrap-mode: wrap;&quot;&gt;Flight_crew&lt;/span&gt;" vertex="1">
+           <mxGeometry height="90" width="180" x="1740" y="860" as="geometry" />
+         </mxCell>
+         <mxCell id="M1x_o6D55GyYNPu8m__k-354" parent="M1x_o6D55GyYNPu8m__k-353" style="shape=tableRow;horizontal=0;startSize=0;swimlaneHead=0;swimlaneBody=0;fillColor=none;collapsible=0;dropTarget=0;points=[[0,0.5],[1,0.5]];portConstraint=eastwest;top=0;left=0;right=0;bottom=1;" value="" vertex="1">
+           <mxGeometry height="30" width="180" y="30" as="geometry" />
+         </mxCell>
+         <mxCell id="M1x_o6D55GyYNPu8m__k-355" parent="M1x_o6D55GyYNPu8m__k-354" style="shape=partialRectangle;connectable=0;fillColor=none;top=0;left=0;bottom=0;right=0;fontStyle=1;overflow=hidden;whiteSpace=wrap;html=1;" value="PK" vertex="1">
+           <mxGeometry height="30" width="30" as="geometry">
+             <mxRectangle height="30" width="30" as="alternateBounds" />
+           </mxGeometry>
+         </mxCell>
+         <mxCell id="M1x_o6D55GyYNPu8m__k-356" parent="M1x_o6D55GyYNPu8m__k-354" style="shape=partialRectangle;connectable=0;fillColor=none;top=0;left=0;bottom=0;right=0;align=left;spacingLeft=6;fontStyle=5;overflow=hidden;whiteSpace=wrap;html=1;" value="&lt;span style=&quot;font-weight: 400; text-align: center;&quot;&gt;flight_num&lt;/span&gt;" vertex="1">
+           <mxGeometry height="30" width="150" x="30" as="geometry">
+             <mxRectangle height="30" width="150" as="alternateBounds" />
+           </mxGeometry>
+         </mxCell>
+         <mxCell id="M1x_o6D55GyYNPu8m__k-366" parent="M1x_o6D55GyYNPu8m__k-353" style="shape=tableRow;horizontal=0;startSize=0;swimlaneHead=0;swimlaneBody=0;fillColor=none;collapsible=0;dropTarget=0;points=[[0,0.5],[1,0.5]];portConstraint=eastwest;top=0;left=0;right=0;bottom=1;" vertex="1">
+           <mxGeometry height="30" width="180" y="60" as="geometry" />
+         </mxCell>
+         <mxCell id="M1x_o6D55GyYNPu8m__k-367" parent="M1x_o6D55GyYNPu8m__k-366" style="shape=partialRectangle;connectable=0;fillColor=none;top=0;left=0;bottom=0;right=0;fontStyle=1;overflow=hidden;whiteSpace=wrap;html=1;" value="PK" vertex="1">
+           <mxGeometry height="30" width="30" as="geometry">
+             <mxRectangle height="30" width="30" as="alternateBounds" />
+           </mxGeometry>
+         </mxCell>
+         <mxCell id="M1x_o6D55GyYNPu8m__k-368" parent="M1x_o6D55GyYNPu8m__k-366" style="shape=partialRectangle;connectable=0;fillColor=none;top=0;left=0;bottom=0;right=0;align=left;spacingLeft=6;fontStyle=5;overflow=hidden;whiteSpace=wrap;html=1;" value="&lt;span style=&quot;font-weight: 400; text-align: center;&quot;&gt;license_number&lt;/span&gt;" vertex="1">
+           <mxGeometry height="30" width="150" x="30" as="geometry">
+             <mxRectangle height="30" width="150" as="alternateBounds" />
+           </mxGeometry>
+         </mxCell>
+         <mxCell id="M1x_o6D55GyYNPu8m__k-372" edge="1" parent="1" source="M1x_o6D55GyYNPu8m__k-366" style="edgeStyle=orthogonalEdgeStyle;rounded=0;orthogonalLoop=1;jettySize=auto;html=1;entryX=1;entryY=0.5;entryDx=0;entryDy=0;" target="M1x_o6D55GyYNPu8m__k-303">
+           <mxGeometry relative="1" as="geometry" />
+         </mxCell>
+         <mxCell id="M1x_o6D55GyYNPu8m__k-388" connectable="0" parent="M1x_o6D55GyYNPu8m__k-372" style="edgeLabel;html=1;align=center;verticalAlign=middle;resizable=0;points=[];" value="Serves" vertex="1">
+           <mxGeometry relative="1" x="-0.1804" y="-2" as="geometry">
+             <mxPoint as="offset" />
+           </mxGeometry>
+         </mxCell>
+         <mxCell id="M1x_o6D55GyYNPu8m__k-373" edge="1" parent="1" source="M1x_o6D55GyYNPu8m__k-354" style="edgeStyle=orthogonalEdgeStyle;rounded=0;orthogonalLoop=1;jettySize=auto;html=1;exitX=0;exitY=0.5;exitDx=0;exitDy=0;entryX=0.981;entryY=0.777;entryDx=0;entryDy=0;entryPerimeter=0;" target="M1x_o6D55GyYNPu8m__k-281">
+           <mxGeometry relative="1" as="geometry" />
+         </mxCell>
+         <mxCell id="M1x_o6D55GyYNPu8m__k-387" connectable="0" parent="M1x_o6D55GyYNPu8m__k-373" style="edgeLabel;html=1;align=center;verticalAlign=middle;resizable=0;points=[];" value="Serves" vertex="1">
+           <mxGeometry relative="1" x="-0.0658" y="-5" as="geometry">
+             <mxPoint as="offset" />
+           </mxGeometry>
+         </mxCell>
+         <mxCell id="M1x_o6D55GyYNPu8m__k-383" edge="1" parent="1" source="M1x_o6D55GyYNPu8m__k-380" style="edgeStyle=orthogonalEdgeStyle;rounded=0;orthogonalLoop=1;jettySize=auto;html=1;exitX=0;exitY=0.5;exitDx=0;exitDy=0;entryX=1;entryY=0.5;entryDx=0;entryDy=0;" target="M1x_o6D55GyYNPu8m__k-329">
+           <mxGeometry relative="1" as="geometry" />
+         </mxCell>
+         <mxCell id="M1x_o6D55GyYNPu8m__k-389" connectable="0" parent="M1x_o6D55GyYNPu8m__k-383" style="edgeLabel;html=1;align=center;verticalAlign=middle;resizable=0;points=[];" value="Assigned" vertex="1">
+           <mxGeometry relative="1" x="-0.2709" as="geometry">
+             <mxPoint as="offset" />
+           </mxGeometry>
+         </mxCell>
+         <mxCell id="M1x_o6D55GyYNPu8m__k-384" edge="1" parent="1" source="M1x_o6D55GyYNPu8m__k-374" style="edgeStyle=orthogonalEdgeStyle;rounded=0;orthogonalLoop=1;jettySize=auto;html=1;exitX=0;exitY=0.5;exitDx=0;exitDy=0;entryX=0.997;entryY=0.147;entryDx=0;entryDy=0;entryPerimeter=0;" target="M1x_o6D55GyYNPu8m__k-316">
+           <mxGeometry relative="1" as="geometry" />
+         </mxCell>
+         <mxCell id="M1x_o6D55GyYNPu8m__k-390" connectable="0" parent="M1x_o6D55GyYNPu8m__k-384" style="edgeLabel;html=1;align=center;verticalAlign=middle;resizable=0;points=[];" value="Arrives" vertex="1">
+           <mxGeometry relative="1" x="-0.079" as="geometry">
+             <mxPoint as="offset" />
+           </mxGeometry>
+         </mxCell>
+         <mxCell id="M1x_o6D55GyYNPu8m__k-385" edge="1" parent="1" source="M1x_o6D55GyYNPu8m__k-377" style="edgeStyle=orthogonalEdgeStyle;rounded=0;orthogonalLoop=1;jettySize=auto;html=1;exitX=0;exitY=0.5;exitDx=0;exitDy=0;entryX=0.982;entryY=0.681;entryDx=0;entryDy=0;entryPerimeter=0;" target="M1x_o6D55GyYNPu8m__k-316">
+           <mxGeometry relative="1" as="geometry">
+             <Array as="points">
+               <mxPoint x="1490" y="575" />
+               <mxPoint x="1490" y="240" />
+             </Array>
+           </mxGeometry>
+         </mxCell>
+         <mxCell id="M1x_o6D55GyYNPu8m__k-391" connectable="0" parent="M1x_o6D55GyYNPu8m__k-385" style="edgeLabel;html=1;align=center;verticalAlign=middle;resizable=0;points=[];" value="Departs" vertex="1">
+           <mxGeometry relative="1" x="-0.2216" y="1" as="geometry">
+             <mxPoint as="offset" />
          </mxGeometry>
        </mxCell>
      </root>
    </mxGraphModel>
  </diagram>
</mxfile>
